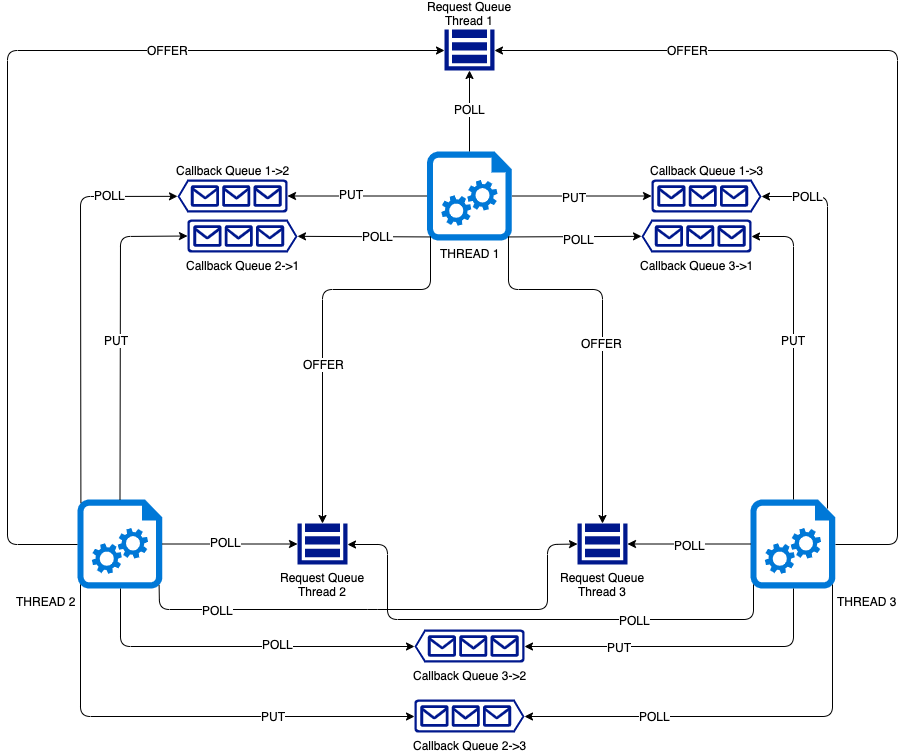
The draw.io diagram images/architecture.png in 0x666c6f/thread-challenge, before a commit. Source tidied: cells renumbered, new cells last; positions are measured from the earlier drawing's top-left corner, leaving out a move shared by most shapes.
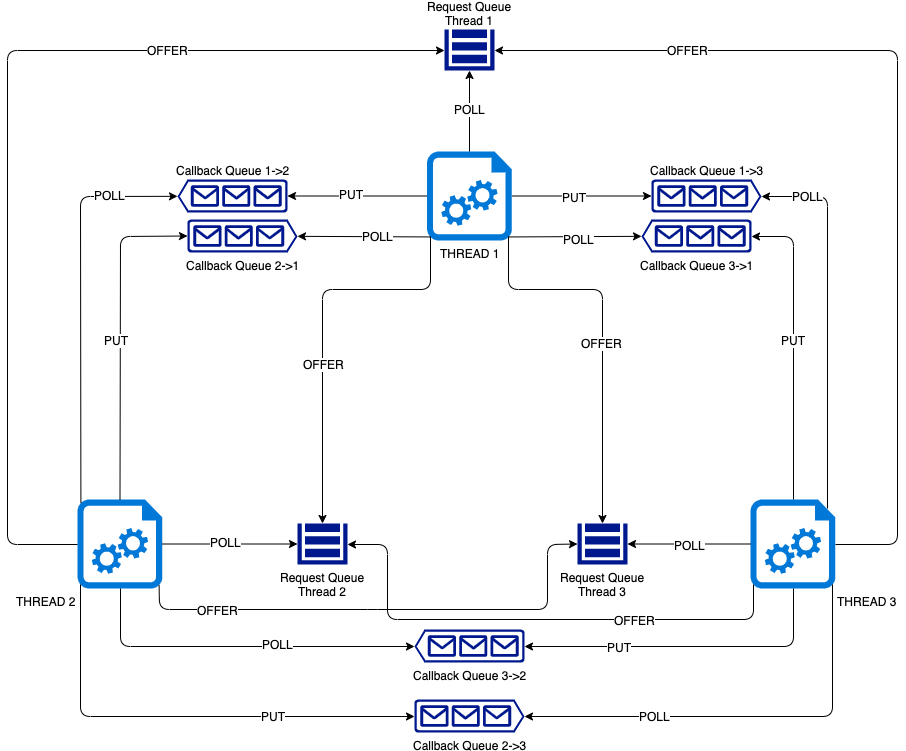
After the change.

Change to the diagram source:
```diff
@@ -216,7 +216,7 @@
         </Array>
       </mxGeometry>
     </mxCell>
-    <mxCell id="53" value="POLL" style="text;html=1;align=center;verticalAlign=middle;labelBackgroundColor=#ffffff;" parent="52" vertex="1">
+    <mxCell id="53" value="OFFER" style="text;html=1;align=center;verticalAlign=middle;labelBackgroundColor=#ffffff;" parent="52" vertex="1">
       <mxGeometry x="0.21" y="1" relative="1" as="geometry">
         <mxPoint x="-224.5" y="1" as="offset" />
       </mxGeometry>
@@ -230,7 +230,7 @@
         </Array>
       </mxGeometry>
     </mxCell>
-    <mxCell id="55" value="POLL" style="text;html=1;align=center;verticalAlign=middle;labelBackgroundColor=#ffffff;" parent="54" vertex="1">
+    <mxCell id="55" value="OFFER" style="text;html=1;align=center;verticalAlign=middle;labelBackgroundColor=#ffffff;" parent="54" vertex="1">
       <mxGeometry x="-0.4" relative="1" as="geometry" />
     </mxCell>
   </root>
```
